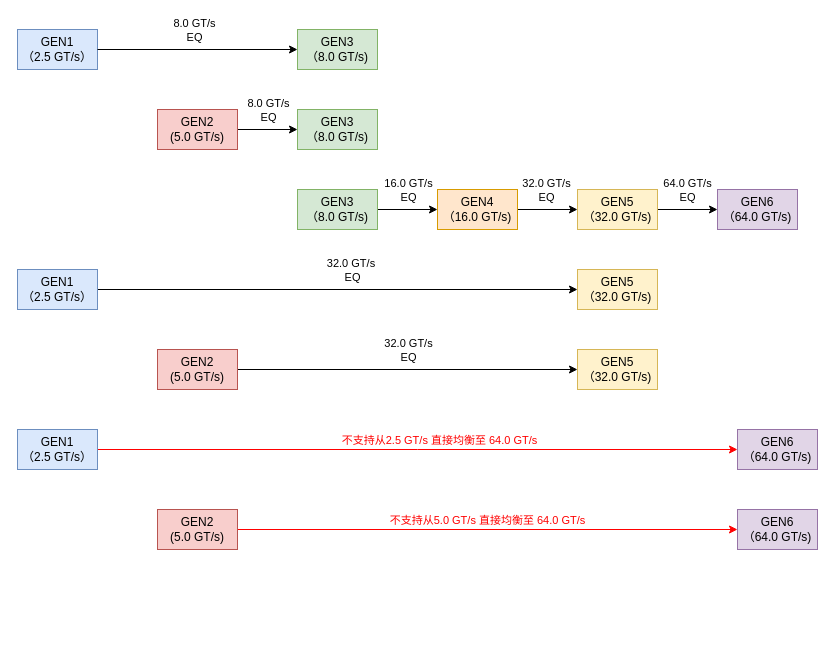
Above: page "EQ Examples" (9 of 11) of 20251118_DLP_Bytes_in_Flit.drawio in chen-lekai-7/test (draw.io), before the change. Source tidied: cells renumbered, new cells numbered last; positions are measured from the earlier drawing's top-left corner, leaving out a move shared by most shapes. Both pictures are drawn from the tidied source at 100%, with x=0, y=0 at pixel (17, 29).
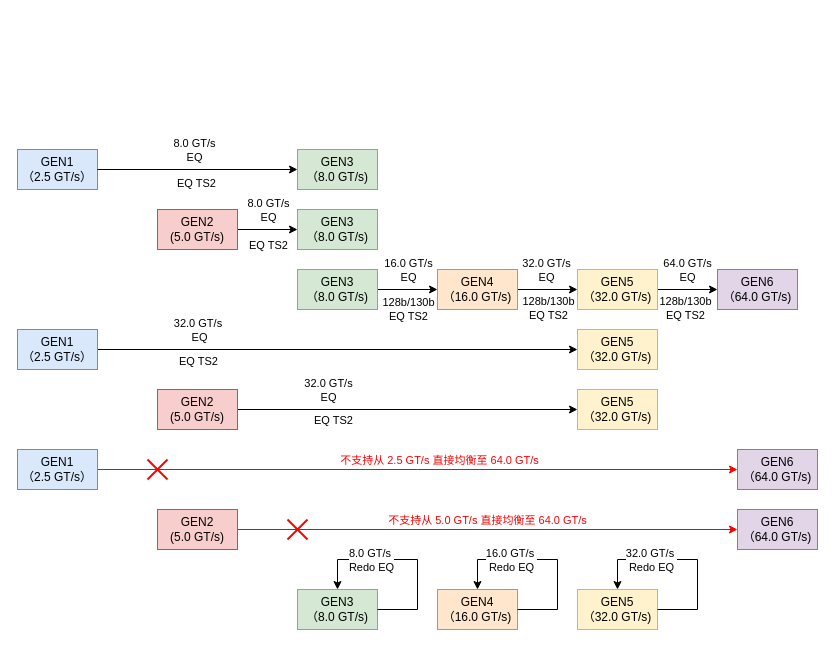
After the change.

Unchanged cells that the change refers to:
```xml
<mxCell id="3" style="edgeStyle=orthogonalEdgeStyle;rounded=0;jettySize=auto;html=1;entryX=0;entryY=0.5;entryDx=0;entryDy=0;exitX=1;exitY=0.5;exitDx=0;exitDy=0;" parent="1" edge="1" source="2" target="5">
  <mxGeometry relative="1" as="geometry" />
</mxCell>
<mxCell id="6" style="edgeStyle=orthogonalEdgeStyle;rounded=0;jettySize=auto;html=1;entryX=0;entryY=0.5;entryDx=0;entryDy=0;" parent="1" edge="1" source="8" target="9">
  <mxGeometry relative="1" as="geometry" />
</mxCell>
<mxCell id="10" style="edgeStyle=orthogonalEdgeStyle;rounded=0;jettySize=auto;html=1;entryX=0;entryY=0.5;entryDx=0;entryDy=0;" parent="1" edge="1" source="12" target="18">
  <mxGeometry relative="1" as="geometry" />
</mxCell>
<mxCell id="13" style="edgeStyle=orthogonalEdgeStyle;rounded=0;jettySize=auto;html=1;entryX=0;entryY=0.5;entryDx=0;entryDy=0;" parent="1" edge="1" source="15" target="23">
  <mxGeometry relative="1" as="geometry" />
</mxCell>
<mxCell id="24" style="edgeStyle=orthogonalEdgeStyle;rounded=0;jettySize=auto;html=1;entryX=0;entryY=0.5;entryDx=0;entryDy=0;" parent="1" edge="1" source="26" target="27">
  <mxGeometry relative="1" as="geometry" />
</mxCell>
<mxCell id="32" style="edgeStyle=orthogonalEdgeStyle;rounded=0;orthogonalLoop=1;jettySize=auto;html=1;entryX=0;entryY=0.5;entryDx=0;entryDy=0;strokeColor=#FF0000;" parent="1" edge="1">
  <mxGeometry relative="1" as="geometry">
    <mxPoint x="220" y="500" as="sourcePoint" />
    <mxPoint x="720" y="500" as="targetPoint" />
  </mxGeometry>
</mxCell>
```

Change to the diagram source:
```diff
@@
     <mxCell id="2" value="GEN1&lt;div&gt;（2.5 GT/s）&lt;/div&gt;" style="rounded=0;whiteSpace=wrap;html=1;fillColor=#dae8fc;strokeColor=#6c8ebf;" parent="1" vertex="1">
-      <mxGeometry width="80" height="40" as="geometry" />
+      <mxGeometry y="120" width="80" height="40" as="geometry" />
     </mxCell>
@@
+    <mxCell id="36" value="EQ TS2" style="edgeLabel;html=1;align=center;verticalAlign=middle;" parent="3" vertex="1">
+      <mxGeometry x="-0.6" relative="1" as="geometry">
+        <mxPoint x="58" y="13" as="offset" />
+      </mxGeometry>
+    </mxCell>
     <mxCell id="5" value="GEN3&lt;div&gt;（8.0 GT/s)&lt;/div&gt;" style="rounded=0;whiteSpace=wrap;html=1;fillColor=#d5e8d4;strokeColor=#82b366;" parent="1" vertex="1">
-      <mxGeometry x="280" width="80" height="40" as="geometry" />
+      <mxGeometry x="280" y="120" width="80" height="40" as="geometry" />
     </mxCell>
@@
+    <mxCell id="37" value="EQ TS2" style="edgeLabel;html=1;align=center;verticalAlign=middle;" parent="6" vertex="1">
+      <mxGeometry x="0.1" y="-2" relative="1" as="geometry">
+        <mxPoint x="-3" y="13" as="offset" />
+      </mxGeometry>
+    </mxCell>
     <mxCell id="8" value="GEN2&lt;div&gt;(5.0 GT/s)&lt;/div&gt;" style="rounded=0;whiteSpace=wrap;html=1;fillColor=#f8cecc;strokeColor=#b85450;" parent="1" vertex="1">
-      <mxGeometry x="140" y="80" width="80" height="40" as="geometry" />
+      <mxGeometry x="140" y="180" width="80" height="40" as="geometry" />
     </mxCell>
     <mxCell id="9" value="GEN3&lt;div&gt;（8.0 GT/s)&lt;/div&gt;" style="rounded=0;whiteSpace=wrap;html=1;fillColor=#d5e8d4;strokeColor=#82b366;" parent="1" vertex="1">
-      <mxGeometry x="280" y="80" width="80" height="40" as="geometry" />
+      <mxGeometry x="280" y="180" width="80" height="40" as="geometry" />
     </mxCell>
@@
+    <mxCell id="38" value="128b/130b &lt;br&gt;EQ TS2" style="edgeLabel;html=1;align=center;verticalAlign=middle;" parent="10" vertex="1">
+      <mxGeometry x="-0.01" y="-2" relative="1" as="geometry">
+        <mxPoint y="17" as="offset" />
+      </mxGeometry>
+    </mxCell>
     <mxCell id="12" value="GEN3&lt;div&gt;（8.0 GT/s)&lt;/div&gt;" style="rounded=0;whiteSpace=wrap;html=1;fillColor=#d5e8d4;strokeColor=#82b366;" parent="1" vertex="1">
-      <mxGeometry x="280" y="160" width="80" height="40" as="geometry" />
+      <mxGeometry x="280" y="240" width="80" height="40" as="geometry" />
     </mxCell>
@@
     <mxCell id="14" value="32.0 GT/s&amp;nbsp;&lt;div&gt;EQ&lt;/div&gt;" style="edgeLabel;html=1;align=center;verticalAlign=middle;" parent="13" vertex="1">
       <mxGeometry x="0.14" y="2" relative="1" as="geometry">
-        <mxPoint x="-20" y="-18" as="offset" />
+        <mxPoint x="-173" y="-18" as="offset" />
       </mxGeometry>
     </mxCell>
     <mxCell id="15" value="GEN1&lt;div&gt;（2.5 GT/s）&lt;/div&gt;" style="rounded=0;whiteSpace=wrap;html=1;fillColor=#dae8fc;strokeColor=#6c8ebf;" parent="1" vertex="1">
-      <mxGeometry y="240" width="80" height="40" as="geometry" />
+      <mxGeometry y="300" width="80" height="40" as="geometry" />
     </mxCell>
@@
     <mxCell id="18" value="GEN4&lt;div&gt;（16.0 GT/s)&lt;/div&gt;" style="rounded=0;whiteSpace=wrap;html=1;fillColor=#ffe6cc;strokeColor=#d79b00;" parent="1" vertex="1">
-      <mxGeometry x="420" y="160" width="80" height="40" as="geometry" />
+      <mxGeometry x="420" y="240" width="80" height="40" as="geometry" />
     </mxCell>
@@
     <mxCell id="21" value="GEN5&lt;div&gt;（32.0 GT/s)&lt;/div&gt;" style="rounded=0;whiteSpace=wrap;html=1;fillColor=#fff2cc;strokeColor=#d6b656;" parent="1" vertex="1">
-      <mxGeometry x="560" y="160" width="80" height="40" as="geometry" />
+      <mxGeometry x="560" y="240" width="80" height="40" as="geometry" />
     </mxCell>
     <mxCell id="22" value="GEN6&lt;div&gt;（64.0 GT/s)&lt;/div&gt;" style="rounded=0;whiteSpace=wrap;html=1;fillColor=#e1d5e7;strokeColor=#9673a6;" parent="1" vertex="1">
-      <mxGeometry x="700" y="160" width="80" height="40" as="geometry" />
+      <mxGeometry x="700" y="240" width="80" height="40" as="geometry" />
     </mxCell>
     <mxCell id="23" value="GEN5&lt;div&gt;（32.0 GT/s)&lt;/div&gt;" style="rounded=0;whiteSpace=wrap;html=1;fillColor=#fff2cc;strokeColor=#d6b656;" parent="1" vertex="1">
-      <mxGeometry x="560" y="240" width="80" height="40" as="geometry" />
+      <mxGeometry x="560" y="300" width="80" height="40" as="geometry" />
     </mxCell>
@@
     <mxCell id="25" value="32.0 GT/s&lt;div&gt;EQ&lt;/div&gt;" style="edgeLabel;html=1;align=center;verticalAlign=middle;" parent="24" vertex="1">
       <mxGeometry relative="1" as="geometry">
-        <mxPoint y="-20" as="offset" />
+        <mxPoint x="-80" y="-20" as="offset" />
       </mxGeometry>
     </mxCell>
     <mxCell id="26" value="GEN2&lt;div&gt;(5.0 GT/s)&lt;/div&gt;" style="rounded=0;whiteSpace=wrap;html=1;fillColor=#f8cecc;strokeColor=#b85450;" parent="1" vertex="1">
-      <mxGeometry x="140" y="320" width="80" height="40" as="geometry" />
+      <mxGeometry x="140" y="360" width="80" height="40" as="geometry" />
     </mxCell>
     <mxCell id="27" value="GEN5&lt;div&gt;（32.0 GT/s)&lt;/div&gt;" style="rounded=0;whiteSpace=wrap;html=1;fillColor=#fff2cc;strokeColor=#d6b656;" parent="1" vertex="1">
-      <mxGeometry x="560" y="320" width="80" height="40" as="geometry" />
+      <mxGeometry x="560" y="360" width="80" height="40" as="geometry" />
     </mxCell>
     <mxCell id="28" style="edgeStyle=orthogonalEdgeStyle;rounded=0;jettySize=auto;html=1;entryX=0;entryY=0.5;entryDx=0;entryDy=0;strokeColor=#FF0000;" parent="1" edge="1" source="30">
       <mxGeometry relative="1" as="geometry">
-        <mxPoint x="720" y="420" as="targetPoint" />
+        <mxPoint x="720" y="440" as="targetPoint" />
       </mxGeometry>
     </mxCell>
-    <mxCell id="29" value="&lt;font style=&quot;color: rgb(255, 0, 0);&quot;&gt;不支持从2.5 GT/s 直接均衡至 64.0 GT/s&lt;/font&gt;" style="edgeLabel;html=1;align=center;verticalAlign=middle;" parent="28" vertex="1">
+    <mxCell id="29" value="&lt;font style=&quot;color: rgb(255, 0, 0);&quot;&gt;不支持从 2.5 GT/s 直接均衡至 64.0 GT/s&lt;/font&gt;" style="edgeLabel;html=1;align=center;verticalAlign=middle;" parent="28" vertex="1">
       <mxGeometry x="0.32" relative="1" as="geometry">
         <mxPoint x="-81" y="-10" as="offset" />
       </mxGeometry>
     </mxCell>
     <mxCell id="30" value="GEN1&lt;div&gt;（2.5 GT/s）&lt;/div&gt;" style="rounded=0;whiteSpace=wrap;html=1;fillColor=#dae8fc;strokeColor=#6c8ebf;" parent="1" vertex="1">
-      <mxGeometry y="400" width="80" height="40" as="geometry" />
+      <mxGeometry y="420" width="80" height="40" as="geometry" />
     </mxCell>
     <mxCell id="31" value="GEN6&lt;div&gt;（64.0 GT/s)&lt;/div&gt;" style="rounded=0;whiteSpace=wrap;html=1;fillColor=#e1d5e7;strokeColor=#9673a6;" parent="1" vertex="1">
-      <mxGeometry x="720" y="400" width="80" height="40" as="geometry" />
+      <mxGeometry x="720" y="420" width="80" height="40" as="geometry" />
     </mxCell>
@@
-    <mxCell id="33" value="&lt;font style=&quot;color: rgb(255, 0, 0);&quot;&gt;不支持从5.0 GT/s 直接均衡至 64.0 GT/s&lt;/font&gt;" style="edgeLabel;html=1;align=center;verticalAlign=middle;" parent="32" vertex="1">
+    <mxCell id="33" value="&lt;font style=&quot;color: rgb(255, 0, 0);&quot;&gt;不支持从 5.0 GT/s 直接均衡至 64.0 GT/s&lt;/font&gt;" style="edgeLabel;html=1;align=center;verticalAlign=middle;" parent="32" vertex="1">
       <mxGeometry x="0.32" relative="1" as="geometry">
         <mxPoint x="-81" y="-10" as="offset" />
       </mxGeometry>
     </mxCell>
@@
+    <mxCell id="39" value="GEN3&lt;div&gt;（8.0 GT/s)&lt;/div&gt;" style="rounded=0;whiteSpace=wrap;html=1;fillColor=#d5e8d4;strokeColor=#82b366;" parent="1" vertex="1">
+      <mxGeometry x="280" y="560" width="80" height="40" as="geometry" />
+    </mxCell>
+    <mxCell id="40" style="edgeStyle=orthogonalEdgeStyle;rounded=0;orthogonalLoop=1;jettySize=auto;html=1;entryX=0.5;entryY=0;entryDx=0;entryDy=0;exitX=1;exitY=0.5;exitDx=0;exitDy=0;" parent="1" edge="1" source="39" target="39">
+      <mxGeometry relative="1" as="geometry">
+        <Array as="points">
+          <mxPoint x="400" y="580" />
+          <mxPoint x="400" y="530" />
+          <mxPoint x="320" y="530" />
+        </Array>
+      </mxGeometry>
+    </mxCell>
+    <mxCell id="41" value="8.0 GT/s&amp;nbsp;&lt;div&gt;Redo EQ&lt;/div&gt;" style="edgeLabel;html=1;align=center;verticalAlign=middle;" parent="40" vertex="1">
+      <mxGeometry x="-0.64" y="-4" relative="1" as="geometry">
+        <mxPoint x="-43" y="-54" as="offset" />
+      </mxGeometry>
+    </mxCell>
+    <mxCell id="42" value="GEN4&lt;div&gt;（16.0 GT/s)&lt;/div&gt;" style="rounded=0;whiteSpace=wrap;html=1;fillColor=#ffe6cc;strokeColor=#d79b00;" parent="1" vertex="1">
+      <mxGeometry x="420" y="560" width="80" height="40" as="geometry" />
+    </mxCell>
+    <mxCell id="43" style="edgeStyle=orthogonalEdgeStyle;rounded=0;orthogonalLoop=1;jettySize=auto;html=1;entryX=0.5;entryY=0;entryDx=0;entryDy=0;exitX=1;exitY=0.5;exitDx=0;exitDy=0;" parent="1" edge="1" source="42" target="42">
+      <mxGeometry relative="1" as="geometry">
+        <Array as="points">
+          <mxPoint x="540" y="580" />
+          <mxPoint x="540" y="530" />
+          <mxPoint x="460" y="530" />
+        </Array>
+      </mxGeometry>
+    </mxCell>
+    <mxCell id="44" value="16.0 GT/s&amp;nbsp;&lt;div&gt;Redo EQ&lt;/div&gt;" style="edgeLabel;html=1;align=center;verticalAlign=middle;" parent="43" vertex="1">
+      <mxGeometry x="-0.64" y="-4" relative="1" as="geometry">
+        <mxPoint x="-43" y="-54" as="offset" />
+      </mxGeometry>
+    </mxCell>
+    <mxCell id="45" value="GEN5&lt;div&gt;（32.0 GT/s)&lt;/div&gt;" style="rounded=0;whiteSpace=wrap;html=1;fillColor=#fff2cc;strokeColor=#d6b656;" parent="1" vertex="1">
+      <mxGeometry x="560" y="560" width="80" height="40" as="geometry" />
+    </mxCell>
+    <mxCell id="46" style="edgeStyle=orthogonalEdgeStyle;rounded=0;orthogonalLoop=1;jettySize=auto;html=1;entryX=0.5;entryY=0;entryDx=0;entryDy=0;exitX=1;exitY=0.5;exitDx=0;exitDy=0;" parent="1" edge="1" source="45" target="45">
+      <mxGeometry relative="1" as="geometry">
+        <Array as="points">
+          <mxPoint x="680" y="580" />
+          <mxPoint x="680" y="530" />
+          <mxPoint x="600" y="530" />
+        </Array>
+      </mxGeometry>
+    </mxCell>
+    <mxCell id="47" value="32.0 GT/s&amp;nbsp;&lt;div&gt;Redo EQ&lt;/div&gt;" style="edgeLabel;html=1;align=center;verticalAlign=middle;" parent="46" vertex="1">
+      <mxGeometry x="-0.64" y="-4" relative="1" as="geometry">
+        <mxPoint x="-43" y="-54" as="offset" />
+      </mxGeometry>
+    </mxCell>
+    <mxCell id="48" style="endArrow=none;html=1;rounded=0;strokeWidth=2;strokeColor=#FF0000;" parent="1" edge="1">
+      <mxGeometry relative="1" as="geometry">
+        <mxPoint x="270" y="510" as="sourcePoint" />
+        <mxPoint x="290" y="490" as="targetPoint" />
+      </mxGeometry>
+    </mxCell>
+    <mxCell id="49" style="endArrow=none;html=1;rounded=0;strokeWidth=2;strokeColor=#FF0000;" parent="1" edge="1">
+      <mxGeometry relative="1" as="geometry">
+        <mxPoint x="270" y="490" as="sourcePoint" />
+        <mxPoint x="290" y="510" as="targetPoint" />
+      </mxGeometry>
+    </mxCell>
+    <mxCell id="50" style="endArrow=none;html=1;rounded=0;strokeWidth=2;strokeColor=#FF0000;" parent="1" edge="1">
+      <mxGeometry relative="1" as="geometry">
+        <mxPoint x="130" y="450" as="sourcePoint" />
+        <mxPoint x="150" y="430" as="targetPoint" />
+      </mxGeometry>
+    </mxCell>
+    <mxCell id="51" style="endArrow=none;html=1;rounded=0;strokeWidth=2;strokeColor=#FF0000;" parent="1" edge="1">
+      <mxGeometry relative="1" as="geometry">
+        <mxPoint x="130" y="430" as="sourcePoint" />
+        <mxPoint x="150" y="450" as="targetPoint" />
+      </mxGeometry>
+    </mxCell>
+    <mxCell id="52" value="128b/130b &lt;br&gt;EQ TS2" style="edgeLabel;html=1;align=center;verticalAlign=middle;" parent="1" vertex="1">
+      <mxGeometry x="530" y="278" as="geometry" />
+    </mxCell>
+    <mxCell id="53" value="128b/130b &lt;br&gt;EQ TS2" style="edgeLabel;html=1;align=center;verticalAlign=middle;" parent="1" vertex="1">
+      <mxGeometry x="667" y="278" as="geometry" />
+    </mxCell>
+    <mxCell id="54" value="EQ TS2" style="edgeLabel;html=1;align=center;verticalAlign=middle;" parent="1" vertex="1">
+      <mxGeometry x="180" y="331" as="geometry" />
+    </mxCell>
+    <mxCell id="55" value="EQ TS2" style="edgeLabel;html=1;align=center;verticalAlign=middle;" parent="1" vertex="1">
+      <mxGeometry x="315" y="390" as="geometry" />
+    </mxCell>
```
